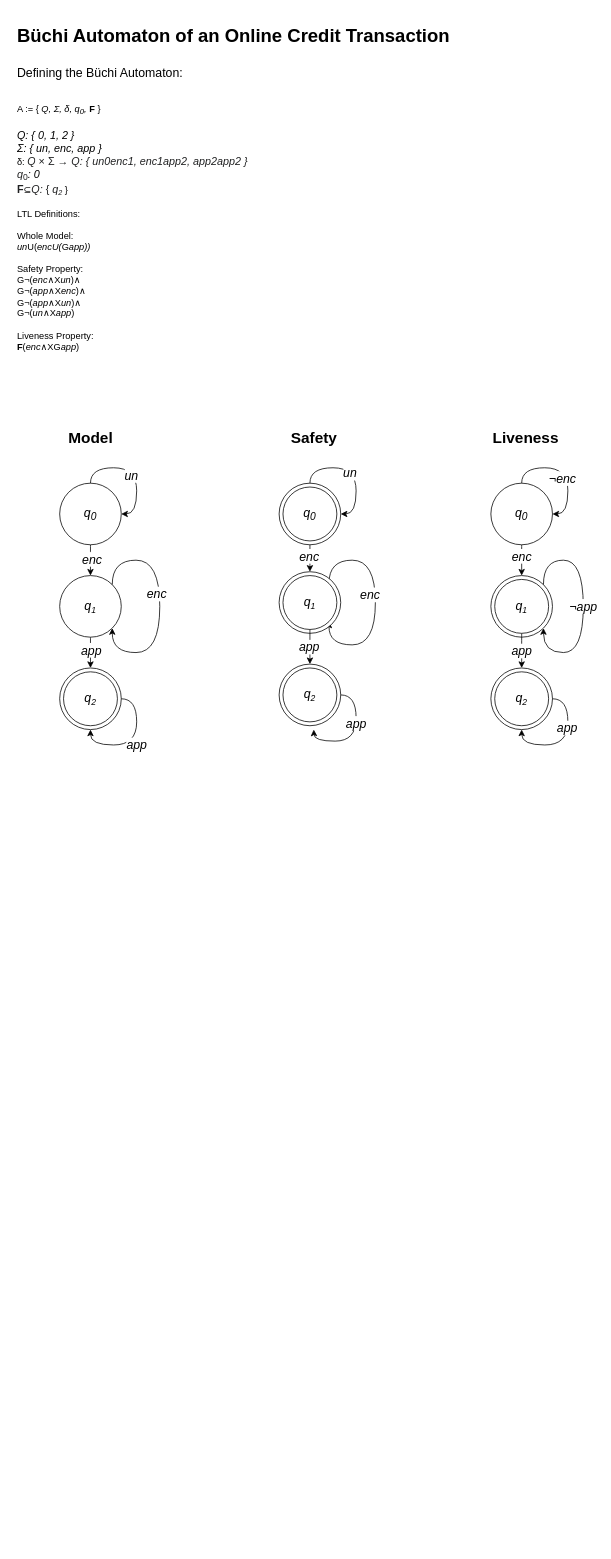
This is Buchi_Automaton_Credit_Transaction.drawio from oliverfanderson/DATA599-02-Diagrams, a draw.io file, before an edit. Source tidied: cells renumbered, new cells numbered last; positions are measured from the earlier drawing's top-left corner, leaving out a move shared by most shapes. Both pictures are drawn from the tidied source at 77%, with x=0, y=0 at pixel (13, 21).
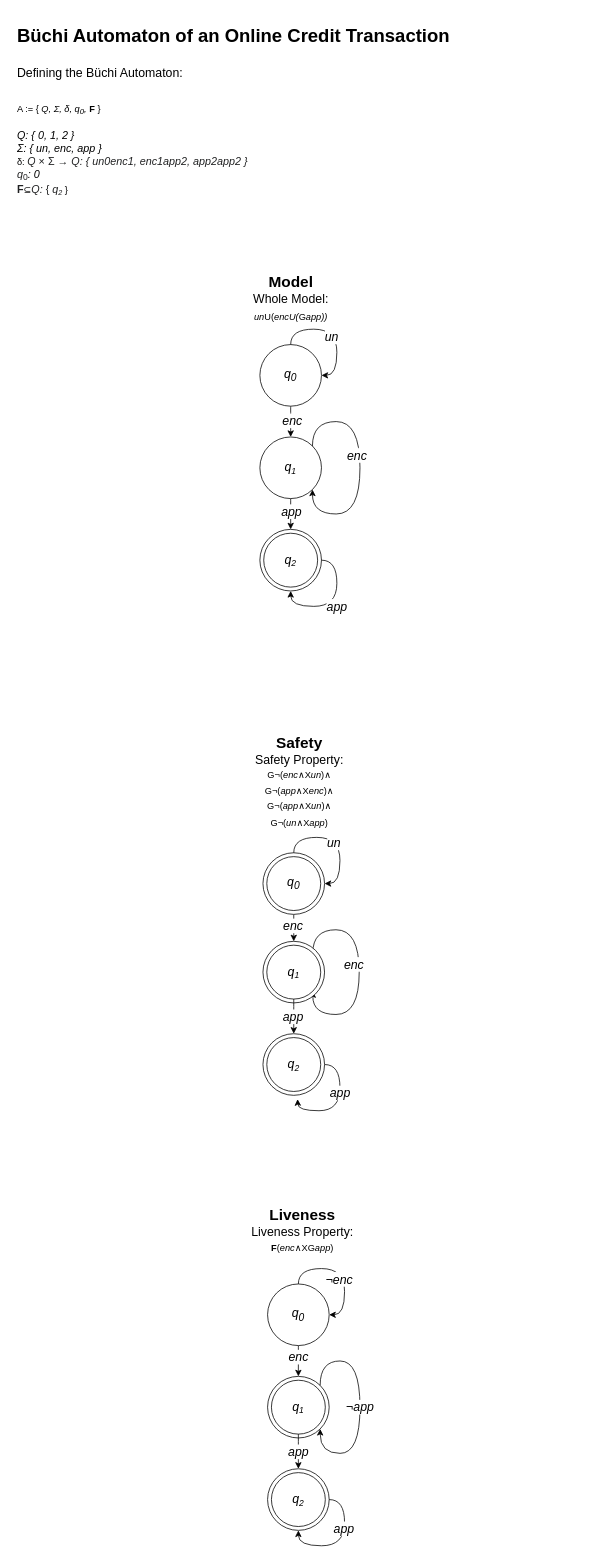
After the change.

Change to the diagram source:
```diff
@@
-    <mxCell id="2" value="&lt;h1&gt;&lt;span style=&quot;background-color: initial;&quot;&gt;Büchi Automaton of an Online Credit Transaction&lt;/span&gt;&lt;/h1&gt;&lt;h1&gt;&lt;span style=&quot;background-color: initial;&quot;&gt;&lt;span style=&quot;font-weight: normal;&quot;&gt;&lt;font style=&quot;font-size: 16px;&quot;&gt;Defining the Büchi Automaton:&lt;/font&gt;&lt;/span&gt;&lt;/span&gt;&lt;/h1&gt;&lt;h1&gt;&lt;span style=&quot;background-color: initial; font-size: 12px;&quot;&gt;&lt;span style=&quot;font-weight: normal;&quot;&gt;A := { &lt;/span&gt;&lt;i style=&quot;font-weight: normal;&quot;&gt;Q, Σ, δ, q&lt;sub&gt;0&lt;/sub&gt;, &lt;/i&gt;F &lt;span style=&quot;font-weight: normal;&quot;&gt;}&lt;/span&gt;&lt;/span&gt;&lt;br&gt;&lt;/h1&gt;&lt;div style=&quot;font-size: 14px;&quot;&gt;&lt;i style=&quot;&quot;&gt;&lt;font style=&quot;font-size: 14px;&quot;&gt;Q: { 0, 1, 2 }&lt;/font&gt;&lt;/i&gt;&lt;/div&gt;&lt;div style=&quot;font-size: 14px;&quot;&gt;&lt;i style=&quot;&quot;&gt;&lt;font style=&quot;font-size: 14px;&quot;&gt;Σ: { un, enc, app }&lt;/font&gt;&lt;/i&gt;&lt;/div&gt;δ:&amp;nbsp;&lt;i style=&quot;color: rgb(32, 33, 34); font-family: sans-serif; font-size: 14px; background-color: rgb(255, 255, 255);&quot;&gt;Q&lt;/i&gt;&lt;span style=&quot;color: rgb(32, 33, 34); font-family: sans-serif; font-size: 14px; background-color: rgb(255, 255, 255);&quot;&gt;&amp;nbsp;×&amp;nbsp;Σ&amp;nbsp;→&amp;nbsp;&lt;/span&gt;&lt;i style=&quot;color: rgb(32, 33, 34); font-family: sans-serif; font-size: 14px; background-color: rgb(255, 255, 255);&quot;&gt;Q: { un0enc1, enc1app2, app2app2 }&lt;br&gt;&lt;/i&gt;&lt;i style=&quot;color: rgb(32, 33, 34); font-family: sans-serif; font-size: 14px; background-color: rgb(255, 255, 255);&quot;&gt;q&lt;/i&gt;&lt;sub style=&quot;line-height: 1; font-size: 11.2px; color: rgb(32, 33, 34); font-family: sans-serif; background-color: rgb(255, 255, 255);&quot;&gt;0&lt;/sub&gt;&lt;i style=&quot;border-color: var(--border-color); font-size: 14px;&quot;&gt;: 0&lt;br&gt;&lt;/i&gt;&lt;b style=&quot;color: rgb(32, 33, 34); font-family: sans-serif; font-size: 14px; background-color: rgb(255, 255, 255);&quot;&gt;F&lt;/b&gt;⊆&lt;i style=&quot;color: rgb(32, 33, 34); font-family: sans-serif; font-size: 14px; background-color: rgb(255, 255, 255);&quot;&gt;Q: &lt;/i&gt;&lt;span style=&quot;color: rgb(32, 33, 34); font-family: sans-serif; font-size: 14px; background-color: rgb(255, 255, 255);&quot;&gt;{&amp;nbsp;&lt;/span&gt;&lt;i style=&quot;border-color: var(--border-color); color: rgb(32, 33, 34); font-family: sans-serif; font-size: 14px; background-color: rgb(255, 255, 255);&quot;&gt;q&lt;/i&gt;&lt;i style=&quot;border-color: var(--border-color); color: rgb(32, 33, 34); font-family: sans-serif; background-color: rgb(255, 255, 255); font-size: 11.2px;&quot;&gt;&lt;sub&gt;2&lt;/sub&gt;&lt;/i&gt;&amp;nbsp;}&lt;br&gt;&lt;br&gt;LTL Definitions:&lt;br&gt;&lt;br&gt;Whole Model:&lt;br&gt;&lt;i&gt;un&lt;/i&gt;U(&lt;i&gt;encU(&lt;/i&gt;G&lt;i&gt;app))&lt;/i&gt;&lt;br&gt;&lt;br&gt;Safety Property:&lt;br&gt;G¬(&lt;i&gt;enc&lt;/i&gt;∧X&lt;i&gt;un&lt;/i&gt;)∧&lt;br&gt;G¬(&lt;i&gt;app&lt;/i&gt;∧X&lt;i&gt;enc&lt;/i&gt;)∧&lt;br&gt;G¬(&lt;i&gt;app&lt;/i&gt;∧X&lt;i&gt;un&lt;/i&gt;)∧&lt;br&gt;G¬(&lt;i&gt;un&lt;/i&gt;∧X&lt;i&gt;app&lt;/i&gt;)&lt;br&gt;&lt;br&gt;Liveness Property:&lt;br&gt;&lt;b&gt;F&lt;/b&gt;(&lt;i&gt;enc&lt;/i&gt;∧XG&lt;i&gt;app&lt;/i&gt;)&lt;br&gt;&lt;i style=&quot;color: rgb(32, 33, 34); font-family: sans-serif; font-size: 14px; background-color: rgb(255, 255, 255);&quot;&gt;&lt;br&gt;&lt;/i&gt;" style="text;html=1;strokeColor=none;fillColor=none;spacing=5;spacingTop=-20;whiteSpace=wrap;overflow=hidden;rounded=0;" parent="1" vertex="1">
-      <mxGeometry width="760" height="440" as="geometry" />
+    <mxCell id="2" value="&lt;h1&gt;&lt;span style=&quot;background-color: initial;&quot;&gt;Büchi Automaton of an Online Credit Transaction&lt;/span&gt;&lt;/h1&gt;&lt;h1&gt;&lt;span style=&quot;background-color: initial;&quot;&gt;&lt;span style=&quot;font-weight: normal;&quot;&gt;&lt;font style=&quot;font-size: 16px;&quot;&gt;Defining the Büchi Automaton:&lt;/font&gt;&lt;/span&gt;&lt;/span&gt;&lt;/h1&gt;&lt;h1&gt;&lt;span style=&quot;background-color: initial; font-size: 12px;&quot;&gt;&lt;span style=&quot;font-weight: normal;&quot;&gt;A := { &lt;/span&gt;&lt;i style=&quot;font-weight: normal;&quot;&gt;Q, Σ, δ, q&lt;sub&gt;0&lt;/sub&gt;, &lt;/i&gt;F &lt;span style=&quot;font-weight: normal;&quot;&gt;}&lt;/span&gt;&lt;/span&gt;&lt;br&gt;&lt;/h1&gt;&lt;div style=&quot;font-size: 14px;&quot;&gt;&lt;i style=&quot;&quot;&gt;&lt;font style=&quot;font-size: 14px;&quot;&gt;Q: { 0, 1, 2 }&lt;/font&gt;&lt;/i&gt;&lt;/div&gt;&lt;div style=&quot;font-size: 14px;&quot;&gt;&lt;i style=&quot;&quot;&gt;&lt;font style=&quot;font-size: 14px;&quot;&gt;Σ: { un, enc, app }&lt;/font&gt;&lt;/i&gt;&lt;/div&gt;δ:&amp;nbsp;&lt;i style=&quot;color: rgb(32, 33, 34); font-family: sans-serif; font-size: 14px; background-color: rgb(255, 255, 255);&quot;&gt;Q&lt;/i&gt;&lt;span style=&quot;color: rgb(32, 33, 34); font-family: sans-serif; font-size: 14px; background-color: rgb(255, 255, 255);&quot;&gt;&amp;nbsp;×&amp;nbsp;Σ&amp;nbsp;→&amp;nbsp;&lt;/span&gt;&lt;i style=&quot;color: rgb(32, 33, 34); font-family: sans-serif; font-size: 14px; background-color: rgb(255, 255, 255);&quot;&gt;Q: { un0enc1, enc1app2, app2app2 }&lt;br&gt;&lt;/i&gt;&lt;i style=&quot;color: rgb(32, 33, 34); font-family: sans-serif; font-size: 14px; background-color: rgb(255, 255, 255);&quot;&gt;q&lt;/i&gt;&lt;sub style=&quot;line-height: 1; font-size: 11.2px; color: rgb(32, 33, 34); font-family: sans-serif; background-color: rgb(255, 255, 255);&quot;&gt;0&lt;/sub&gt;&lt;i style=&quot;border-color: var(--border-color); font-size: 14px;&quot;&gt;: 0&lt;br&gt;&lt;/i&gt;&lt;b style=&quot;color: rgb(32, 33, 34); font-family: sans-serif; font-size: 14px; background-color: rgb(255, 255, 255);&quot;&gt;F&lt;/b&gt;⊆&lt;i style=&quot;color: rgb(32, 33, 34); font-family: sans-serif; font-size: 14px; background-color: rgb(255, 255, 255);&quot;&gt;Q: &lt;/i&gt;&lt;span style=&quot;color: rgb(32, 33, 34); font-family: sans-serif; font-size: 14px; background-color: rgb(255, 255, 255);&quot;&gt;{&amp;nbsp;&lt;/span&gt;&lt;i style=&quot;border-color: var(--border-color); color: rgb(32, 33, 34); font-family: sans-serif; font-size: 14px; background-color: rgb(255, 255, 255);&quot;&gt;q&lt;/i&gt;&lt;i style=&quot;border-color: var(--border-color); color: rgb(32, 33, 34); font-family: sans-serif; background-color: rgb(255, 255, 255); font-size: 11.2px;&quot;&gt;&lt;sub&gt;2&lt;/sub&gt;&lt;/i&gt;&amp;nbsp;}&lt;i style=&quot;color: rgb(32, 33, 34); font-family: sans-serif; font-size: 14px; background-color: rgb(255, 255, 255);&quot;&gt;&lt;br&gt;&lt;/i&gt;" style="text;html=1;strokeColor=none;fillColor=none;spacing=5;spacingTop=-20;whiteSpace=wrap;overflow=hidden;rounded=0;" parent="1" vertex="1">
+      <mxGeometry width="750" height="270" as="geometry" />
     </mxCell>
     <mxCell id="3" style="ellipse;whiteSpace=wrap;html=1;fontSize=16;" parent="1" vertex="1">
-      <mxGeometry x="620" y="840" width="80" height="80" as="geometry" />
+      <mxGeometry x="330" y="1880" width="80" height="80" as="geometry" />
     </mxCell>
     <mxCell id="4" style="ellipse;whiteSpace=wrap;html=1;fontSize=16;" parent="1" vertex="1">
-      <mxGeometry x="625" y="845" width="70" height="70" as="geometry" />
+      <mxGeometry x="335" y="1885" width="70" height="70" as="geometry" />
     </mxCell>
     <mxCell id="5" style="ellipse;whiteSpace=wrap;html=1;fontSize=16;" parent="1" vertex="1">
-      <mxGeometry x="620" y="720" width="80" height="80" as="geometry" />
+      <mxGeometry x="330" y="1760" width="80" height="80" as="geometry" />
     </mxCell>
@@
     <mxCell id="7" style="ellipse;whiteSpace=wrap;html=1;fontSize=16;" parent="1" vertex="1">
-      <mxGeometry x="625" y="725" width="70" height="70" as="geometry" />
+      <mxGeometry x="335" y="1765" width="70" height="70" as="geometry" />
     </mxCell>
@@
     <mxCell id="10" style="ellipse;whiteSpace=wrap;html=1;fontSize=16;" parent="1" vertex="1">
-      <mxGeometry x="620" y="600" width="80" height="80" as="geometry" />
+      <mxGeometry x="330" y="1640" width="80" height="80" as="geometry" />
     </mxCell>
     <mxCell id="11" style="ellipse;whiteSpace=wrap;html=1;fontSize=16;" parent="1" vertex="1">
-      <mxGeometry x="60" y="840" width="80" height="80" as="geometry" />
+      <mxGeometry x="320" y="660" width="80" height="80" as="geometry" />
     </mxCell>
     <mxCell id="12" style="ellipse;whiteSpace=wrap;html=1;fontSize=16;" parent="1" vertex="1">
-      <mxGeometry x="65" y="845" width="70" height="70" as="geometry" />
+      <mxGeometry x="325" y="665" width="70" height="70" as="geometry" />
     </mxCell>
@@
     <mxCell id="15" style="ellipse;whiteSpace=wrap;html=1;fontSize=16;" parent="1" vertex="1">
-      <mxGeometry x="60" y="720" width="80" height="80" as="geometry" />
+      <mxGeometry x="320" y="540" width="80" height="80" as="geometry" />
     </mxCell>
@@
     <mxCell id="18" style="ellipse;whiteSpace=wrap;html=1;fontSize=16;" parent="1" vertex="1">
-      <mxGeometry x="60" y="600" width="80" height="80" as="geometry" />
+      <mxGeometry x="320" y="420" width="80" height="80" as="geometry" />
     </mxCell>
     <mxCell id="19" style="edgeStyle=orthogonalEdgeStyle;curved=1;rounded=0;jettySize=auto;html=1;exitX=1;exitY=0.5;exitDx=0;exitDy=0;fontSize=16;" parent="1" edge="1" source="21">
       <mxGeometry relative="1" as="geometry">
-        <mxPoint x="390" y="920" as="targetPoint" />
+        <mxPoint x="369" y="1400" as="targetPoint" />
       </mxGeometry>
     </mxCell>
@@
     <mxCell id="21" style="ellipse;whiteSpace=wrap;html=1;fontSize=16;" parent="1" vertex="1">
-      <mxGeometry x="345" y="835" width="80" height="80" as="geometry" />
+      <mxGeometry x="324" y="1315" width="80" height="80" as="geometry" />
     </mxCell>
     <mxCell id="22" style="ellipse;whiteSpace=wrap;html=1;fontSize=16;" parent="1" vertex="1">
-      <mxGeometry x="350" y="840" width="70" height="70" as="geometry" />
+      <mxGeometry x="329" y="1320" width="70" height="70" as="geometry" />
     </mxCell>
     <mxCell id="23" style="edgeStyle=orthogonalEdgeStyle;curved=1;rounded=0;orthogonalLoop=1;jettySize=auto;html=1;exitX=1;exitY=0;exitDx=0;exitDy=0;fontSize=16;entryX=1;entryY=1;entryDx=0;entryDy=0;" parent="1" edge="1" source="28" target="28">
       <mxGeometry relative="1" as="geometry">
         <Array as="points">
-          <mxPoint x="410" y="700" />
-          <mxPoint x="470" y="700" />
-          <mxPoint x="470" y="810" />
-          <mxPoint x="410" y="810" />
+          <mxPoint x="389" y="1180" />
+          <mxPoint x="449" y="1180" />
+          <mxPoint x="449" y="1290" />
+          <mxPoint x="389" y="1290" />
         </Array>
       </mxGeometry>
     </mxCell>
@@
     <mxCell id="25" style="ellipse;whiteSpace=wrap;html=1;fontSize=16;" parent="1" vertex="1">
-      <mxGeometry x="345" y="715" width="80" height="80" as="geometry" />
+      <mxGeometry x="324" y="1195" width="80" height="80" as="geometry" />
     </mxCell>
@@
     <mxCell id="28" style="ellipse;whiteSpace=wrap;html=1;fontSize=16;" parent="1" vertex="1">
-      <mxGeometry x="350" y="720" width="70" height="70" as="geometry" />
+      <mxGeometry x="329" y="1200" width="70" height="70" as="geometry" />
     </mxCell>
@@
     <mxCell id="31" style="ellipse;whiteSpace=wrap;html=1;fontSize=16;" parent="1" vertex="1">
-      <mxGeometry x="345" y="600" width="80" height="80" as="geometry" />
+      <mxGeometry x="324" y="1080" width="80" height="80" as="geometry" />
     </mxCell>
     <mxCell id="32" style="ellipse;whiteSpace=wrap;html=1;fontSize=16;" parent="1" vertex="1">
-      <mxGeometry x="350" y="605" width="70" height="70" as="geometry" />
+      <mxGeometry x="329" y="1085" width="70" height="70" as="geometry" />
     </mxCell>
     <mxCell id="33" value="&lt;i&gt;q&lt;sub&gt;0&lt;/sub&gt;&lt;/i&gt;" style="text;html=1;strokeColor=none;fillColor=none;align=center;verticalAlign=middle;whiteSpace=wrap;rounded=0;fontSize=16;" parent="1" vertex="1">
-      <mxGeometry x="70" y="625" width="60" height="30" as="geometry" />
+      <mxGeometry x="330" y="445" width="60" height="30" as="geometry" />
     </mxCell>
     <mxCell id="34" value="&lt;i&gt;q&lt;sub&gt;0&lt;/sub&gt;&lt;/i&gt;" style="text;html=1;strokeColor=none;fillColor=none;align=center;verticalAlign=middle;whiteSpace=wrap;rounded=0;fontSize=16;" parent="1" vertex="1">
-      <mxGeometry x="355" y="625" width="60" height="30" as="geometry" />
+      <mxGeometry x="334" y="1105" width="60" height="30" as="geometry" />
     </mxCell>
     <mxCell id="35" value="&lt;i&gt;q&lt;sub&gt;0&lt;/sub&gt;&lt;/i&gt;" style="text;html=1;strokeColor=none;fillColor=none;align=center;verticalAlign=middle;whiteSpace=wrap;rounded=0;fontSize=16;" parent="1" vertex="1">
-      <mxGeometry x="630" y="625" width="60" height="30" as="geometry" />
+      <mxGeometry x="340" y="1665" width="60" height="30" as="geometry" />
     </mxCell>
     <mxCell id="36" value="&lt;i&gt;q&lt;span style=&quot;font-size: 13.3333px;&quot;&gt;&lt;sub&gt;1&lt;/sub&gt;&lt;/span&gt;&lt;/i&gt;" style="text;html=1;strokeColor=none;fillColor=none;align=center;verticalAlign=middle;whiteSpace=wrap;rounded=0;fontSize=16;" parent="1" vertex="1">
-      <mxGeometry x="70" y="745" width="60" height="30" as="geometry" />
+      <mxGeometry x="330" y="565" width="60" height="30" as="geometry" />
     </mxCell>
     <mxCell id="37" value="&lt;i&gt;q&lt;span style=&quot;font-size: 13.3333px;&quot;&gt;&lt;sub&gt;2&lt;/sub&gt;&lt;/span&gt;&lt;/i&gt;" style="text;html=1;strokeColor=none;fillColor=none;align=center;verticalAlign=middle;whiteSpace=wrap;rounded=0;fontSize=16;" parent="1" vertex="1">
-      <mxGeometry x="70" y="865" width="60" height="30" as="geometry" />
+      <mxGeometry x="330" y="685" width="60" height="30" as="geometry" />
     </mxCell>
     <mxCell id="38" value="&lt;i&gt;q&lt;span style=&quot;font-size: 13.3333px;&quot;&gt;&lt;sub&gt;2&lt;/sub&gt;&lt;/span&gt;&lt;/i&gt;" style="text;html=1;strokeColor=none;fillColor=none;align=center;verticalAlign=middle;whiteSpace=wrap;rounded=0;fontSize=16;" parent="1" vertex="1">
-      <mxGeometry x="355" y="860" width="60" height="30" as="geometry" />
+      <mxGeometry x="334" y="1340" width="60" height="30" as="geometry" />
     </mxCell>
     <mxCell id="39" value="&lt;i&gt;q&lt;span style=&quot;font-size: 13.3333px;&quot;&gt;&lt;sub&gt;2&lt;/sub&gt;&lt;/span&gt;&lt;/i&gt;" style="text;html=1;strokeColor=none;fillColor=none;align=center;verticalAlign=middle;whiteSpace=wrap;rounded=0;fontSize=16;" parent="1" vertex="1">
-      <mxGeometry x="630" y="865" width="60" height="30" as="geometry" />
+      <mxGeometry x="340" y="1905" width="60" height="30" as="geometry" />
     </mxCell>
     <mxCell id="40" value="&lt;i&gt;q&lt;span style=&quot;font-size: 13.3333px;&quot;&gt;&lt;sub&gt;1&lt;/sub&gt;&lt;/span&gt;&lt;/i&gt;" style="text;html=1;strokeColor=none;fillColor=none;align=center;verticalAlign=middle;whiteSpace=wrap;rounded=0;fontSize=16;" parent="1" vertex="1">
-      <mxGeometry x="355" y="740" width="60" height="30" as="geometry" />
+      <mxGeometry x="334" y="1220" width="60" height="30" as="geometry" />
     </mxCell>
     <mxCell id="41" value="&lt;i&gt;q&lt;span style=&quot;font-size: 13.3333px;&quot;&gt;&lt;sub&gt;1&lt;/sub&gt;&lt;/span&gt;&lt;/i&gt;" style="text;html=1;strokeColor=none;fillColor=none;align=center;verticalAlign=middle;whiteSpace=wrap;rounded=0;fontSize=16;" parent="1" vertex="1">
-      <mxGeometry x="630" y="745" width="60" height="30" as="geometry" />
+      <mxGeometry x="340" y="1785" width="60" height="30" as="geometry" />
     </mxCell>
@@
     <mxCell id="44" style="edgeStyle=orthogonalEdgeStyle;curved=1;rounded=0;orthogonalLoop=1;jettySize=auto;html=1;exitX=1;exitY=0;exitDx=0;exitDy=0;entryX=1;entryY=1;entryDx=0;entryDy=0;fontSize=16;" parent="1" edge="1" source="15" target="15">
       <mxGeometry relative="1" as="geometry">
         <Array as="points">
-          <mxPoint x="128" y="700" />
-          <mxPoint x="190" y="700" />
-          <mxPoint x="190" y="820" />
-          <mxPoint x="128" y="820" />
+          <mxPoint x="388" y="520" />
+          <mxPoint x="450" y="520" />
+          <mxPoint x="450" y="640" />
+          <mxPoint x="388" y="640" />
         </Array>
       </mxGeometry>
     </mxCell>
@@
     <mxCell id="53" value="&lt;i style=&quot;border-color: var(--border-color);&quot;&gt;¬app&lt;/i&gt;" style="edgeStyle=orthogonalEdgeStyle;curved=1;rounded=0;orthogonalLoop=1;jettySize=auto;html=1;exitX=1;exitY=0;exitDx=0;exitDy=0;entryX=1;entryY=1;entryDx=0;entryDy=0;fontSize=16;" parent="1" edge="1" source="5" target="5">
       <mxGeometry relative="1" as="geometry">
         <Array as="points">
-          <mxPoint x="688" y="700" />
-          <mxPoint x="740" y="700" />
-          <mxPoint x="740" y="820" />
-          <mxPoint x="688" y="820" />
+          <mxPoint x="398" y="1740" />
+          <mxPoint x="450" y="1740" />
+          <mxPoint x="450" y="1860" />
+          <mxPoint x="398" y="1860" />
         </Array>
       </mxGeometry>
     </mxCell>
-    <mxCell id="54" value="&lt;b&gt;&lt;font style=&quot;font-size: 20px;&quot;&gt;Model&lt;/font&gt;&lt;/b&gt;" style="text;html=1;align=center;verticalAlign=middle;strokeColor=none;fillColor=none;fontSize=16;" parent="1" vertex="1">
-      <mxGeometry x="60" y="520" width="80" height="40" as="geometry" />
+    <mxCell id="54" value="&lt;b&gt;&lt;font style=&quot;font-size: 20px;&quot;&gt;Model&lt;br&gt;&lt;/font&gt;&lt;/b&gt;Whole Model:&lt;br style=&quot;border-color: var(--border-color); font-size: 12px; text-align: left;&quot;&gt;&lt;i style=&quot;border-color: var(--border-color); font-size: 12px; text-align: left;&quot;&gt;un&lt;/i&gt;&lt;span style=&quot;font-size: 12px; text-align: left;&quot;&gt;U(&lt;/span&gt;&lt;i style=&quot;border-color: var(--border-color); font-size: 12px; text-align: left;&quot;&gt;encU(&lt;/i&gt;&lt;span style=&quot;font-size: 12px; text-align: left;&quot;&gt;G&lt;/span&gt;&lt;i style=&quot;border-color: var(--border-color); font-size: 12px; text-align: left;&quot;&gt;app))&lt;/i&gt;&lt;b&gt;&lt;font style=&quot;font-size: 20px;&quot;&gt;&lt;br&gt;&lt;/font&gt;&lt;/b&gt;" style="text;html=1;align=center;verticalAlign=middle;strokeColor=none;fillColor=none;fontSize=16;" parent="1" vertex="1">
+      <mxGeometry x="300" y="320" width="120" height="80" as="geometry" />
     </mxCell>
-    <mxCell id="55" value="&lt;b&gt;&lt;font style=&quot;font-size: 20px;&quot;&gt;Safety&lt;/font&gt;&lt;/b&gt;" style="text;html=1;align=center;verticalAlign=middle;strokeColor=none;fillColor=none;fontSize=16;" parent="1" vertex="1">
-      <mxGeometry x="350" y="520" width="80" height="40" as="geometry" />
+    <mxCell id="55" value="&lt;b&gt;&lt;font style=&quot;font-size: 20px;&quot;&gt;Safety&lt;br&gt;&lt;/font&gt;&lt;/b&gt;Safety Property:&lt;br style=&quot;border-color: var(--border-color); font-size: 12px; text-align: left;&quot;&gt;&lt;span style=&quot;font-size: 12px; text-align: left;&quot;&gt;G¬(&lt;/span&gt;&lt;i style=&quot;border-color: var(--border-color); font-size: 12px; text-align: left;&quot;&gt;enc&lt;/i&gt;&lt;span style=&quot;font-size: 12px; text-align: left;&quot;&gt;∧X&lt;/span&gt;&lt;i style=&quot;border-color: var(--border-color); font-size: 12px; text-align: left;&quot;&gt;un&lt;/i&gt;&lt;span style=&quot;font-size: 12px; text-align: left;&quot;&gt;)∧&lt;/span&gt;&lt;br style=&quot;border-color: var(--border-color); font-size: 12px; text-align: left;&quot;&gt;&lt;span style=&quot;font-size: 12px; text-align: left;&quot;&gt;G¬(&lt;/span&gt;&lt;i style=&quot;border-color: var(--border-color); font-size: 12px; text-align: left;&quot;&gt;app&lt;/i&gt;&lt;span style=&quot;font-size: 12px; text-align: left;&quot;&gt;∧X&lt;/span&gt;&lt;i style=&quot;border-color: var(--border-color); font-size: 12px; text-align: left;&quot;&gt;enc&lt;/i&gt;&lt;span style=&quot;font-size: 12px; text-align: left;&quot;&gt;)∧&lt;/span&gt;&lt;br style=&quot;border-color: var(--border-color); font-size: 12px; text-align: left;&quot;&gt;&lt;span style=&quot;font-size: 12px; text-align: left;&quot;&gt;G¬(&lt;/span&gt;&lt;i style=&quot;border-color: var(--border-color); font-size: 12px; text-align: left;&quot;&gt;app&lt;/i&gt;&lt;span style=&quot;font-size: 12px; text-align: left;&quot;&gt;∧X&lt;/span&gt;&lt;i style=&quot;border-color: var(--border-color); font-size: 12px; text-align: left;&quot;&gt;un&lt;/i&gt;&lt;span style=&quot;font-size: 12px; text-align: left;&quot;&gt;)∧&lt;/span&gt;&lt;br style=&quot;border-color: var(--border-color); font-size: 12px; text-align: left;&quot;&gt;&lt;span style=&quot;font-size: 12px; text-align: left;&quot;&gt;G¬(&lt;/span&gt;&lt;i style=&quot;border-color: var(--border-color); font-size: 12px; text-align: left;&quot;&gt;un&lt;/i&gt;&lt;span style=&quot;font-size: 12px; text-align: left;&quot;&gt;∧X&lt;/span&gt;&lt;i style=&quot;border-color: var(--border-color); font-size: 12px; text-align: left;&quot;&gt;app&lt;/i&gt;&lt;span style=&quot;font-size: 12px; text-align: left;&quot;&gt;)&lt;/span&gt;&lt;b&gt;&lt;font style=&quot;font-size: 20px;&quot;&gt;&lt;br&gt;&lt;/font&gt;&lt;/b&gt;" style="text;html=1;align=center;verticalAlign=middle;strokeColor=none;fillColor=none;fontSize=16;" parent="1" vertex="1">
+      <mxGeometry x="301" y="918" width="140" height="140" as="geometry" />
     </mxCell>
-    <mxCell id="56" value="&lt;b&gt;&lt;font style=&quot;font-size: 20px;&quot;&gt;Liveness&lt;/font&gt;&lt;/b&gt;" style="text;html=1;align=center;verticalAlign=middle;strokeColor=none;fillColor=none;fontSize=16;" parent="1" vertex="1">
-      <mxGeometry x="610" y="520" width="110" height="40" as="geometry" />
+    <mxCell id="56" value="&lt;b&gt;&lt;font style=&quot;font-size: 20px;&quot;&gt;Liveness&lt;br&gt;&lt;/font&gt;&lt;/b&gt;Liveness Property:&lt;br style=&quot;border-color: var(--border-color); font-size: 12px; text-align: left;&quot;&gt;&lt;b style=&quot;border-color: var(--border-color); font-size: 12px; text-align: left;&quot;&gt;F&lt;/b&gt;&lt;span style=&quot;font-size: 12px; text-align: left;&quot;&gt;(&lt;/span&gt;&lt;i style=&quot;border-color: var(--border-color); font-size: 12px; text-align: left;&quot;&gt;enc&lt;/i&gt;&lt;span style=&quot;font-size: 12px; text-align: left;&quot;&gt;∧XG&lt;/span&gt;&lt;i style=&quot;border-color: var(--border-color); font-size: 12px; text-align: left;&quot;&gt;app&lt;/i&gt;&lt;span style=&quot;font-size: 12px; text-align: left;&quot;&gt;)&lt;/span&gt;" style="text;html=1;align=center;verticalAlign=middle;strokeColor=none;fillColor=none;fontSize=16;" parent="1" vertex="1">
+      <mxGeometry x="295" y="1530" width="160" height="80" as="geometry" />
     </mxCell>
```
